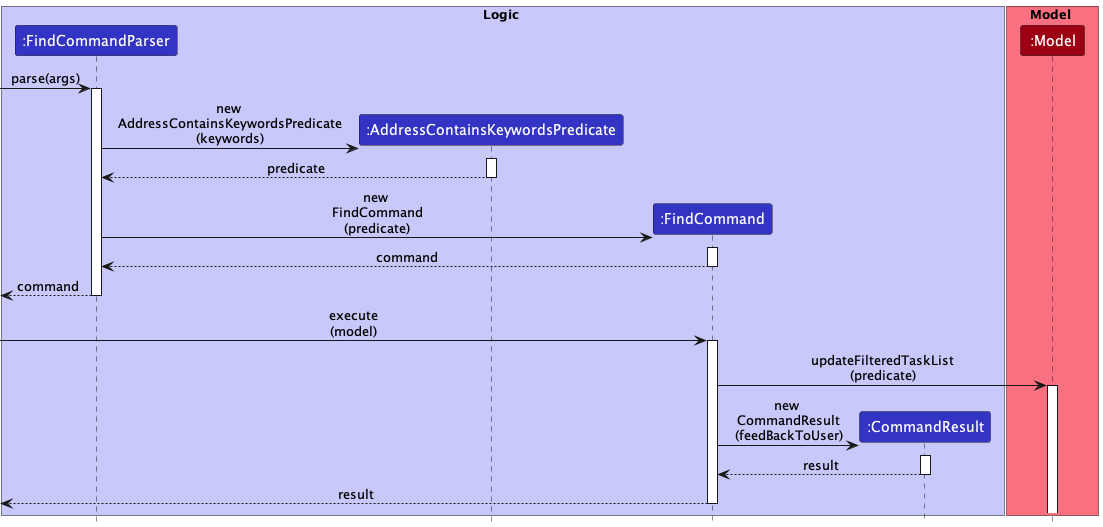
Above: docs/images/DG-images/FindByAddressSequenceDiagram.png in nus-cs2103-AY2223S1/tp (PlantUML), before the change. Source of this version:
```plantuml
@startuml
!include style.puml

box Logic LOGIC_COLOR_T1
participant ":FindCommandParser" as FindCommandParser LOGIC_COLOR
participant ":AddressContainsKeywordsPredicate" as AddressContainsKeywordsPredicate LOGIC_COLOR
participant ":FindCommand" as FindCommand LOGIC_COLOR
participant ":CommandResult" as CommandResult LOGIC_COLOR
end box

box Model MODEL_COLOR_T1
participant ":Model" as Model MODEL_COLOR
end box

[-> FindCommandParser : parse(args)
activate FindCommandParser

create AddressContainsKeywordsPredicate
FindCommandParser -> AddressContainsKeywordsPredicate : new \nAddressContainsKeywordsPredicate\n(keywords)
activate AddressContainsKeywordsPredicate

AddressContainsKeywordsPredicate --> FindCommandParser : predicate
deactivate AddressContainsKeywordsPredicate

create FindCommand
FindCommandParser -> FindCommand : new \nFindCommand\n(predicate)
activate FindCommand

FindCommand --> FindCommandParser : command
deactivate FindCommand

[<--FindCommandParser : command
deactivate FindCommandParser

[->FindCommand : execute\n(model)
activate FindCommand

FindCommand -> Model : updateFilteredTaskList\n(predicate)
activate Model

create CommandResult
FindCommand -> CommandResult : new \nCommandResult\n(feedBackToUser)
activate CommandResult

CommandResult --> FindCommand : result
deactivate CommandResult

[<--FindCommand : result
deactivate FindCommand
@enduml
```
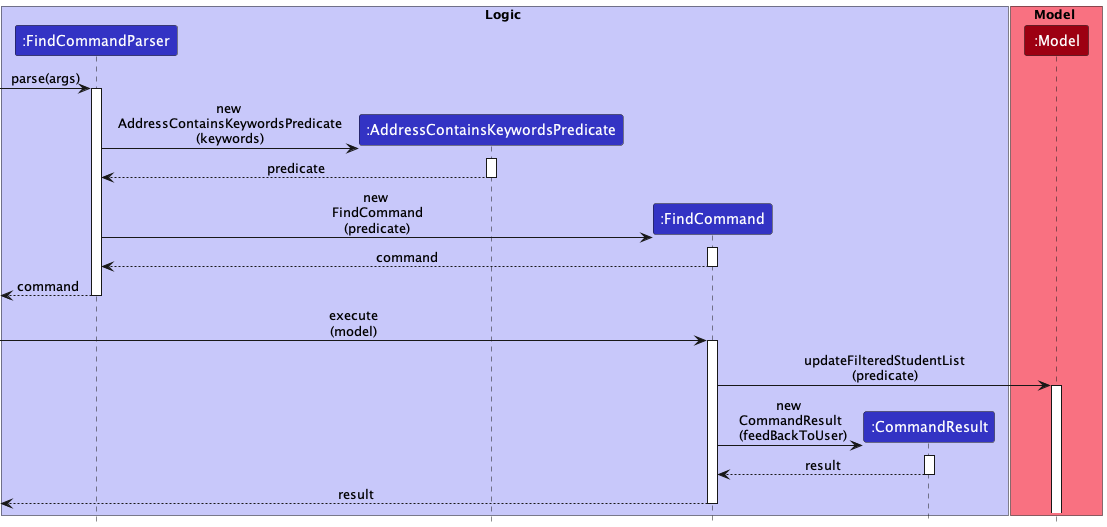
After the commit.

Commit message:
Update find sequence diagram

The edit, as a diff of the source:
```diff
@@ -35,11 +35,11 @@
 [->FindCommand : execute\n(model)
 activate FindCommand
 
-FindCommand -> Model : updateFilteredTaskList\n(predicate)
+FindCommand -> Model : updateFilteredStudentList\n(predicate)
 activate Model
 
 create CommandResult
-FindCommand -> CommandResult : new \nCommandResult\n(feedBackToUser)
+FindCommand -> CommandResult : new \nCommandResult\n (feedBackToUser)
 activate CommandResult
 
 CommandResult --> FindCommand : result
```
